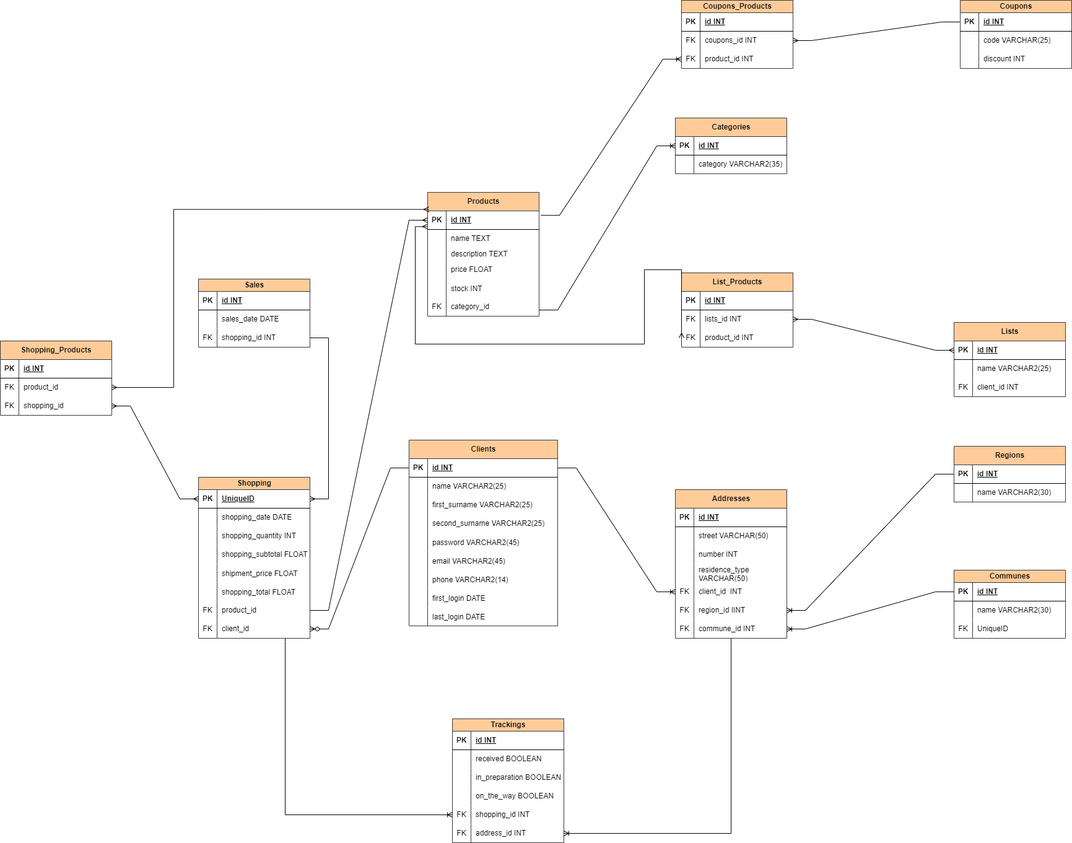
Before: ecommerce-relational-model-db.png, a diagram exported from draw.io (ivansanmartin/ivsm-ecommerce-info). Source tidied: cells renumbered, new cells last; positions are measured from the earlier drawing's top-left corner, leaving out a move shared by most shapes.
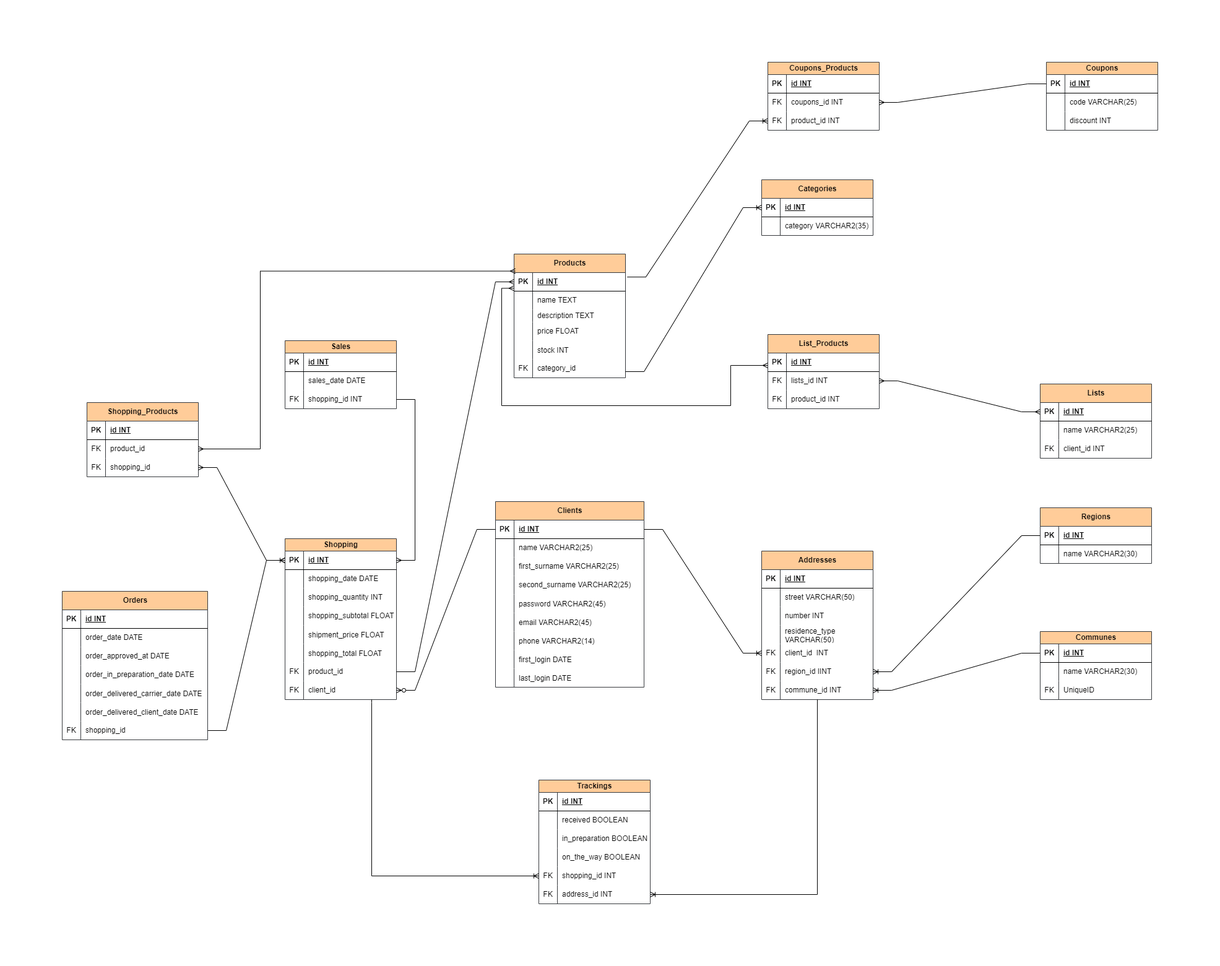
After the change.

Commit message:
update: admin panel and ecommerce relational model updated

The edit, as a diff of the source:
```diff
@@ -290,7 +290,7 @@
     <mxCell id="97" value="PK" style="shape=partialRectangle;fillColor=none;top=0;left=0;bottom=0;right=0;fontStyle=1;overflow=hidden;whiteSpace=wrap;html=1;" parent="96" vertex="1">
       <mxGeometry width="30" height="30" as="geometry" />
     </mxCell>
-    <mxCell id="98" value="UniqueID" style="shape=partialRectangle;fillColor=none;top=0;left=0;bottom=0;right=0;align=left;spacingLeft=6;fontStyle=5;overflow=hidden;whiteSpace=wrap;html=1;" parent="96" vertex="1">
+    <mxCell id="98" value="id INT" style="shape=partialRectangle;fillColor=none;top=0;left=0;bottom=0;right=0;align=left;spacingLeft=6;fontStyle=5;overflow=hidden;whiteSpace=wrap;html=1;" parent="96" vertex="1">
       <mxGeometry x="30" width="150" height="30" as="geometry" />
     </mxCell>
     <mxCell id="99" style="shape=tableRow;horizontal=0;startSize=0;swimlaneHead=0;swimlaneBody=0;fillColor=none;top=0;left=0;right=0;bottom=0;" parent="95" vertex="1">
@@ -656,18 +656,88 @@
     <mxCell id="212" style="edgeStyle=entityRelationEdgeStyle;fontSize=12;html=1;endArrow=ERmany;startArrow=ERmany;rounded=0;entryX=0;entryY=0.5;entryDx=0;entryDy=0;exitX=1;exitY=0.5;exitDx=0;exitDy=0;" parent="1" edge="1" source="154" target="161">
       <mxGeometry relative="1" as="geometry" />
     </mxCell>
-    <mxCell id="213" style="edgeStyle=orthogonalEdgeStyle;fontSize=12;html=1;endArrow=ERmany;startArrow=ERmany;rounded=0;exitX=-0.001;exitY=0.842;exitDx=0;exitDy=0;entryX=0;entryY=0.5;entryDx=0;entryDy=0;exitPerimeter=0;" parent="1" edge="1" source="3" target="157">
+    <mxCell id="213" style="edgeStyle=orthogonalEdgeStyle;fontSize=12;html=1;endArrow=ERmany;startArrow=ERmany;rounded=0;exitX=-0.001;exitY=0.842;exitDx=0;exitDy=0;exitPerimeter=0;" parent="1" edge="1" source="3">
       <mxGeometry relative="1" as="geometry">
+        <mxPoint x="1100" y="490" as="targetPoint" />
         <Array as="points">
           <mxPoint x="670" y="365" />
           <mxPoint x="670" y="555" />
           <mxPoint x="1040" y="555" />
-          <mxPoint x="1040" y="435" />
+          <mxPoint x="1040" y="490" />
         </Array>
       </mxGeometry>
     </mxCell>
     <mxCell id="214" style="edgeStyle=entityRelationEdgeStyle;fontSize=12;html=1;endArrow=ERzeroToMany;endFill=1;rounded=0;entryX=1;entryY=0.5;entryDx=0;entryDy=0;exitX=0;exitY=0.5;exitDx=0;exitDy=0;" parent="1" edge="1" source="29" target="118">
       <mxGeometry relative="1" as="geometry" />
     </mxCell>
+    <mxCell id="215" value="Orders" style="shape=table;startSize=30;rowLines=0;fontStyle=1;align=center;html=1;fillColor=#ffcc99;strokeColor=#36393d;" parent="1" vertex="1">
+      <mxGeometry x="-40" y="855" width="235" height="240" as="geometry" />
+    </mxCell>
+    <mxCell id="216" style="shape=tableRow;horizontal=0;startSize=0;swimlaneHead=0;swimlaneBody=0;fillColor=none;top=0;left=0;right=0;bottom=1;" parent="215" vertex="1">
+      <mxGeometry y="30" width="235" height="30" as="geometry" />
+    </mxCell>
+    <mxCell id="217" value="PK" style="shape=partialRectangle;fillColor=none;top=0;left=0;bottom=0;right=0;fontStyle=1;overflow=hidden;whiteSpace=wrap;html=1;" parent="216" vertex="1">
+      <mxGeometry width="30" height="30" as="geometry" />
+    </mxCell>
+    <mxCell id="218" value="id INT" style="shape=partialRectangle;fillColor=none;top=0;left=0;bottom=0;right=0;align=left;spacingLeft=6;fontStyle=5;overflow=hidden;whiteSpace=wrap;html=1;" parent="216" vertex="1">
+      <mxGeometry x="30" width="205" height="30" as="geometry" />
+    </mxCell>
+    <mxCell id="219" style="shape=tableRow;horizontal=0;startSize=0;swimlaneHead=0;swimlaneBody=0;fillColor=none;top=0;left=0;right=0;bottom=0;" parent="215" vertex="1">
+      <mxGeometry y="60" width="235" height="30" as="geometry" />
+    </mxCell>
+    <mxCell id="220" style="shape=partialRectangle;fillColor=none;top=0;left=0;bottom=0;right=0;overflow=hidden;whiteSpace=wrap;html=1;" parent="219" vertex="1">
+      <mxGeometry width="30" height="30" as="geometry" />
+    </mxCell>
+    <mxCell id="221" value="order_date DATE" style="shape=partialRectangle;fillColor=none;top=0;left=0;bottom=0;right=0;align=left;spacingLeft=6;overflow=hidden;whiteSpace=wrap;html=1;" parent="219" vertex="1">
+      <mxGeometry x="30" width="205" height="30" as="geometry" />
+    </mxCell>
+    <mxCell id="222" style="shape=tableRow;horizontal=0;startSize=0;swimlaneHead=0;swimlaneBody=0;fillColor=none;top=0;left=0;right=0;bottom=0;" parent="215" vertex="1">
+      <mxGeometry y="90" width="235" height="30" as="geometry" />
+    </mxCell>
+    <mxCell id="223" style="shape=partialRectangle;fillColor=none;top=0;left=0;bottom=0;right=0;overflow=hidden;whiteSpace=wrap;html=1;" parent="222" vertex="1">
+      <mxGeometry width="30" height="30" as="geometry" />
+    </mxCell>
+    <mxCell id="224" value="order_approved_at DATE" style="shape=partialRectangle;fillColor=none;top=0;left=0;bottom=0;right=0;align=left;spacingLeft=6;overflow=hidden;whiteSpace=wrap;html=1;" parent="222" vertex="1">
+      <mxGeometry x="30" width="205" height="30" as="geometry" />
+    </mxCell>
+    <mxCell id="225" style="shape=tableRow;horizontal=0;startSize=0;swimlaneHead=0;swimlaneBody=0;fillColor=none;top=0;left=0;right=0;bottom=0;" parent="215" vertex="1">
+      <mxGeometry y="120" width="235" height="30" as="geometry" />
+    </mxCell>
+    <mxCell id="226" style="shape=partialRectangle;fillColor=none;top=0;left=0;bottom=0;right=0;overflow=hidden;whiteSpace=wrap;html=1;" parent="225" vertex="1">
+      <mxGeometry width="30" height="30" as="geometry" />
+    </mxCell>
+    <mxCell id="227" value="order_in_preparation_date DATE" style="shape=partialRectangle;fillColor=none;top=0;left=0;bottom=0;right=0;align=left;spacingLeft=6;overflow=hidden;whiteSpace=wrap;html=1;" parent="225" vertex="1">
+      <mxGeometry x="30" width="205" height="30" as="geometry" />
+    </mxCell>
+    <mxCell id="228" style="shape=tableRow;horizontal=0;startSize=0;swimlaneHead=0;swimlaneBody=0;fillColor=none;top=0;left=0;right=0;bottom=0;" parent="215" vertex="1">
+      <mxGeometry y="150" width="235" height="30" as="geometry" />
+    </mxCell>
+    <mxCell id="229" style="shape=partialRectangle;fillColor=none;top=0;left=0;bottom=0;right=0;overflow=hidden;" parent="228" vertex="1">
+      <mxGeometry width="30" height="30" as="geometry" />
+    </mxCell>
+    <mxCell id="230" value="order_delivered_carrier_date DATE" style="shape=partialRectangle;fillColor=none;top=0;left=0;bottom=0;right=0;align=left;spacingLeft=6;overflow=hidden;" parent="228" vertex="1">
+      <mxGeometry x="30" width="205" height="30" as="geometry" />
+    </mxCell>
+    <mxCell id="231" style="shape=tableRow;horizontal=0;startSize=0;swimlaneHead=0;swimlaneBody=0;fillColor=none;top=0;left=0;right=0;bottom=0;" parent="215" vertex="1">
+      <mxGeometry y="180" width="235" height="30" as="geometry" />
+    </mxCell>
+    <mxCell id="232" style="shape=partialRectangle;fillColor=none;top=0;left=0;bottom=0;right=0;overflow=hidden;" parent="231" vertex="1">
+      <mxGeometry width="30" height="30" as="geometry" />
+    </mxCell>
+    <mxCell id="233" value="order_delivered_client_date DATE" style="shape=partialRectangle;fillColor=none;top=0;left=0;bottom=0;right=0;align=left;spacingLeft=6;overflow=hidden;" parent="231" vertex="1">
+      <mxGeometry x="30" width="205" height="30" as="geometry" />
+    </mxCell>
+    <mxCell id="234" style="shape=tableRow;horizontal=0;startSize=0;swimlaneHead=0;swimlaneBody=0;fillColor=none;points=[[0,0.5],[1,0.5]];portConstraint=eastwest;top=0;left=0;right=0;bottom=0;" parent="215" vertex="1">
+      <mxGeometry y="210" width="235" height="30" as="geometry" />
+    </mxCell>
+    <mxCell id="235" value="FK" style="shape=partialRectangle;fillColor=none;top=0;left=0;bottom=0;right=0;fontStyle=0;overflow=hidden;whiteSpace=wrap;html=1;" parent="234" vertex="1">
+      <mxGeometry width="30" height="30" as="geometry" />
+    </mxCell>
+    <mxCell id="236" value="shopping_id" style="shape=partialRectangle;fillColor=none;top=0;left=0;bottom=0;right=0;align=left;spacingLeft=6;fontStyle=0;overflow=hidden;whiteSpace=wrap;html=1;" parent="234" vertex="1">
+      <mxGeometry x="30" width="205" height="30" as="geometry" />
+    </mxCell>
+    <mxCell id="237" style="edgeStyle=entityRelationEdgeStyle;fontSize=12;html=1;endArrow=ERoneToMany;rounded=0;entryX=0;entryY=0.5;entryDx=0;entryDy=0;exitX=1;exitY=0.5;exitDx=0;exitDy=0;" parent="1" edge="1" source="234" target="96">
+      <mxGeometry relative="1" as="geometry" />
+    </mxCell>
   </root>
 </mxGraphModel>
```
